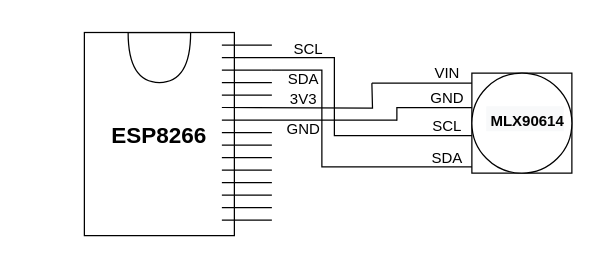
Before: page "Page-1" (1 of 3) of hardware-thesis.drawio in datdonguyen99/demoGit, a draw.io diagram. Source tidied: cells renumbered, new cells numbered last; positions are measured from the earlier drawing's top-left corner, leaving out a move shared by most shapes. Both pictures are drawn from the tidied source at 125%, with x=0, y=0 at pixel (84, 30).
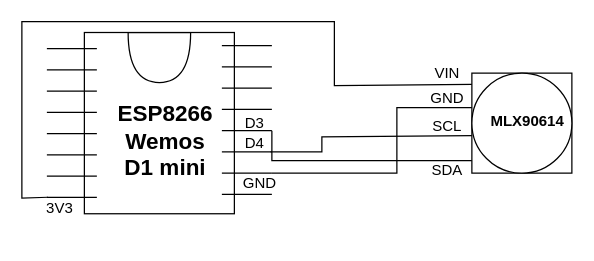
After the change.

The change refers to these unchanged cells:
```xml
<mxCell id="28" value="SCL" style="text;html=1;align=center;verticalAlign=middle;points=[];strokeColor=none;fillColor=none;fontSize=12;fontColor=#000000;" parent="1" vertex="1">
  <mxGeometry x="265" y="61.5" width="50" height="30" as="geometry" />
</mxCell>
```

The edit, as a diff of the source:
```diff
@@
     <mxCell id="2" style="rounded=0;whiteSpace=wrap;html=1;direction=south;" parent="1" vertex="1">
-      <mxGeometry y="1.5" width="120" height="162.5" as="geometry" />
+      <mxGeometry y="1.5" width="120" height="145" as="geometry" />
     </mxCell>
@@
-    <mxCell id="5" style="endArrow=none;html=1;rounded=0;" parent="1" edge="1">
-      <mxGeometry relative="1" as="geometry">
-        <mxPoint x="110" y="21.5" as="sourcePoint" />
-        <mxPoint x="200" y="21.5" as="targetPoint" />
-      </mxGeometry>
-    </mxCell>
     <mxCell id="6" style="endArrow=none;html=1;rounded=0;" parent="1" edge="1">
       <mxGeometry relative="1" as="geometry">
-        <mxPoint x="110" y="31.5" as="sourcePoint" />
-        <mxPoint x="150" y="31.5" as="targetPoint" />
+        <mxPoint x="110" y="29" as="sourcePoint" />
+        <mxPoint x="150" y="29" as="targetPoint" />
       </mxGeometry>
     </mxCell>
     <mxCell id="7" style="endArrow=none;html=1;rounded=0;" parent="1" edge="1">
       <mxGeometry relative="1" as="geometry">
-        <mxPoint x="110" y="41.5" as="sourcePoint" />
-        <mxPoint x="150" y="41.5" as="targetPoint" />
+        <mxPoint x="110" y="46" as="sourcePoint" />
+        <mxPoint x="150" y="46" as="targetPoint" />
       </mxGeometry>
     </mxCell>
     <mxCell id="8" style="endArrow=none;html=1;rounded=0;" parent="1" edge="1">
       <mxGeometry relative="1" as="geometry">
-        <mxPoint x="110" y="11.5" as="sourcePoint" />
-        <mxPoint x="150" y="11.5" as="targetPoint" />
+        <mxPoint x="110" y="12" as="sourcePoint" />
+        <mxPoint x="150" y="12" as="targetPoint" />
         <Array as="points">
           <mxPoint x="110" y="11.5" />
         </Array>
       </mxGeometry>
     </mxCell>
-    <mxCell id="9" style="endArrow=none;html=1;rounded=0;" parent="1" edge="1">
-      <mxGeometry relative="1" as="geometry">
-        <mxPoint x="110" y="121.5" as="sourcePoint" />
-        <mxPoint x="150" y="121.5" as="targetPoint" />
-      </mxGeometry>
-    </mxCell>
-    <mxCell id="10" style="endArrow=none;html=1;rounded=0;" parent="1" edge="1">
-      <mxGeometry relative="1" as="geometry">
-        <mxPoint x="110" y="111.5" as="sourcePoint" />
-        <mxPoint x="150" y="111.5" as="targetPoint" />
-      </mxGeometry>
-    </mxCell>
-    <mxCell id="11" style="endArrow=none;html=1;rounded=0;" parent="1" edge="1">
-      <mxGeometry relative="1" as="geometry">
-        <mxPoint x="110" y="101.5" as="sourcePoint" />
-        <mxPoint x="150" y="101.5" as="targetPoint" />
-      </mxGeometry>
-    </mxCell>
-    <mxCell id="12" style="endArrow=none;html=1;rounded=0;" parent="1" edge="1">
-      <mxGeometry relative="1" as="geometry">
-        <mxPoint x="110" y="91.5" as="sourcePoint" />
-        <mxPoint x="150" y="91.5" as="targetPoint" />
-        <Array as="points">
-          <mxPoint x="110" y="91.5" />
-        </Array>
-      </mxGeometry>
-    </mxCell>
-    <mxCell id="13" style="endArrow=none;html=1;rounded=0;edgeStyle=orthogonalEdgeStyle;" parent="1" edge="1">
-      <mxGeometry relative="1" as="geometry">
-        <mxPoint x="110" y="141.5" as="sourcePoint" />
-        <mxPoint x="150" y="141.5" as="targetPoint" />
-      </mxGeometry>
-    </mxCell>
-    <mxCell id="14" style="endArrow=none;html=1;rounded=0;" parent="1" edge="1">
-      <mxGeometry relative="1" as="geometry">
-        <mxPoint x="110" y="131.5" as="sourcePoint" />
-        <mxPoint x="150" y="131.5" as="targetPoint" />
-        <Array as="points">
-          <mxPoint x="110" y="131.5" />
-        </Array>
-      </mxGeometry>
-    </mxCell>
     <mxCell id="15" style="endArrow=none;html=1;rounded=0;" parent="1" edge="1">
       <mxGeometry relative="1" as="geometry">
-        <mxPoint x="110" y="51.5" as="sourcePoint" />
-        <mxPoint x="150" y="51.5" as="targetPoint" />
+        <mxPoint x="110" y="80" as="sourcePoint" />
+        <mxPoint x="150" y="80" as="targetPoint" />
       </mxGeometry>
     </mxCell>
-    <mxCell id="16" style="endArrow=none;html=1;rounded=0;edgeStyle=orthogonalEdgeStyle;" parent="1" edge="1">
-      <mxGeometry relative="1" as="geometry">
-        <mxPoint x="110" y="61.5" as="sourcePoint" />
-        <mxPoint x="230" y="42" as="targetPoint" />
-      </mxGeometry>
-    </mxCell>
-    <mxCell id="17" style="endArrow=none;html=1;rounded=0;edgeStyle=orthogonalEdgeStyle;" parent="1" edge="1">
-      <mxGeometry relative="1" as="geometry">
-        <mxPoint x="110" y="71.5" as="sourcePoint" />
-        <mxPoint x="250" y="71.5" as="targetPoint" />
-      </mxGeometry>
-    </mxCell>
-    <mxCell id="18" style="endArrow=none;html=1;rounded=0;" parent="1" edge="1">
-      <mxGeometry relative="1" as="geometry">
-        <mxPoint x="110" y="81.5" as="sourcePoint" />
-        <mxPoint x="150" y="81.5" as="targetPoint" />
-        <Array as="points">
-          <mxPoint x="110" y="81.5" />
-        </Array>
-      </mxGeometry>
-    </mxCell>
     <mxCell id="19" style="endArrow=none;html=1;rounded=0;" parent="1" edge="1">
       <mxGeometry relative="1" as="geometry">
-        <mxPoint x="230" y="42" as="sourcePoint" />
-        <mxPoint x="310" y="42" as="targetPoint" />
+        <mxPoint x="-29" y="133.3" as="sourcePoint" />
+        <mxPoint x="310" y="43" as="targetPoint" />
+        <Array as="points">
+          <mxPoint x="-50" y="134" />
+          <mxPoint x="-50" y="-7.2" />
+          <mxPoint x="200" y="-7.2" />
+          <mxPoint x="200" y="44" />
+        </Array>
       </mxGeometry>
     </mxCell>
     <mxCell id="20" style="endArrow=none;html=1;rounded=0;edgeStyle=orthogonalEdgeStyle;" parent="1" edge="1">
       <mxGeometry relative="1" as="geometry">
-        <mxPoint x="250" y="72" as="sourcePoint" />
+        <mxPoint x="150" y="114" as="sourcePoint" />
         <mxPoint x="310" y="61.5" as="targetPoint" />
         <Array as="points">
           <mxPoint x="250" y="61.5" />
         </Array>
       </mxGeometry>
     </mxCell>
-    <mxCell id="21" style="endArrow=none;html=1;rounded=0;edgeStyle=orthogonalEdgeStyle;" parent="1" edge="1">
-      <mxGeometry relative="1" as="geometry">
-        <mxPoint x="200" y="21" as="sourcePoint" />
-        <mxPoint x="310" y="84" as="targetPoint" />
-        <Array as="points">
-          <mxPoint x="210" y="84" />
-          <mxPoint x="210" y="84" />
-        </Array>
-      </mxGeometry>
-    </mxCell>
-    <mxCell id="22" style="endArrow=none;html=1;rounded=0;edgeStyle=orthogonalEdgeStyle;" parent="1" edge="1">
-      <mxGeometry relative="1" as="geometry">
-        <mxPoint x="150" y="31.5" as="sourcePoint" />
-        <mxPoint x="310" y="109" as="targetPoint" />
-        <Array as="points">
-          <mxPoint x="190" y="32" />
-          <mxPoint x="190" y="109" />
-        </Array>
-      </mxGeometry>
-    </mxCell>
@@
-    <mxCell id="24" value="&lt;font style=&quot;font-size: 18px;&quot;&gt;&lt;b&gt;ESP8266&lt;/b&gt;&lt;/font&gt;" style="text;html=1;strokeColor=none;fillColor=none;align=center;verticalAlign=middle;whiteSpace=wrap;rounded=0;" parent="1" vertex="1">
-      <mxGeometry x="30" y="69" width="60" height="30" as="geometry" />
+    <mxCell id="24" value="&lt;font style=&quot;font-size: 18px;&quot;&gt;&lt;b&gt;ESP8266 Wemos D1 mini&lt;/b&gt;&lt;/font&gt;" style="text;html=1;strokeColor=none;fillColor=none;align=center;verticalAlign=middle;whiteSpace=wrap;rounded=0;" parent="1" vertex="1">
+      <mxGeometry x="35" y="74" width="60" height="30" as="geometry" />
     </mxCell>
-    <mxCell id="25" value="&lt;b style=&quot;color: rgb(0, 0, 0); font-family: Helvetica; font-style: normal; font-variant-ligatures: normal; font-variant-caps: normal; letter-spacing: normal; orphans: 2; text-align: center; text-indent: 0px; text-transform: none; widows: 2; word-spacing: 0px; -webkit-text-stroke-width: 0px; background-color: rgb(248, 249, 250); text-decoration-thickness: initial; text-decoration-style: initial; text-decoration-color: initial;&quot;&gt;&lt;font style=&quot;font-size: 12px;&quot;&gt;&amp;nbsp;MLX90614&lt;/font&gt;&lt;/b&gt;" style="text;whiteSpace=wrap;html=1;fontSize=18;fontColor=#000000;" parent="1" vertex="1">
+    <mxCell id="25" value="&lt;b style=&quot;color: rgb(0, 0, 0); font-family: Helvetica; font-style: normal; font-variant-ligatures: normal; font-variant-caps: normal; letter-spacing: normal; orphans: 2; text-indent: 0px; text-transform: none; widows: 2; word-spacing: 0px; -webkit-text-stroke-width: 0px; text-decoration-thickness: initial; text-decoration-style: initial; text-decoration-color: initial;&quot;&gt;&lt;font style=&quot;font-size: 12px;&quot;&gt;&amp;nbsp;MLX90614&lt;/font&gt;&lt;/b&gt;" style="text;whiteSpace=wrap;html=1;fontSize=18;fontColor=#000000;direction=east;verticalAlign=top;align=left;labelBackgroundColor=default;" parent="1" vertex="1">
       <mxGeometry x="320" y="54" width="60" height="20" as="geometry" />
     </mxCell>
@@
     <mxCell id="29" value="SDA" style="text;html=1;align=center;verticalAlign=middle;strokeColor=none;fillColor=none;fontSize=12;fontColor=#000000;" parent="1" vertex="1">
-      <mxGeometry x="265" y="87" width="50" height="30" as="geometry" />
+      <mxGeometry x="265" y="97" width="50" height="30" as="geometry" />
     </mxCell>
     <mxCell id="30" style="endArrow=none;html=1;rounded=0;edgeStyle=orthogonalEdgeStyle;" parent="1" edge="1">
       <mxGeometry relative="1" as="geometry">
-        <mxPoint x="110" y="151.5" as="sourcePoint" />
-        <mxPoint x="150" y="151.5" as="targetPoint" />
+        <mxPoint x="110" y="131" as="sourcePoint" />
+        <mxPoint x="150" y="131" as="targetPoint" />
       </mxGeometry>
     </mxCell>
-    <mxCell id="31" value="SCL" style="text;html=1;align=center;verticalAlign=middle;strokeColor=none;fillColor=none;fontSize=12;fontColor=#000000;" parent="1" vertex="1">
-      <mxGeometry x="154" width="50" height="30" as="geometry" />
+    <mxCell id="31" value="D4" style="text;html=1;align=center;verticalAlign=middle;strokeColor=none;fillColor=none;fontSize=12;fontColor=#000000;" parent="1" vertex="1">
+      <mxGeometry x="116" y="75" width="40" height="30" as="geometry" />
     </mxCell>
-    <mxCell id="32" value="SDA" style="text;html=1;align=center;verticalAlign=middle;strokeColor=none;fillColor=none;fontSize=12;fontColor=#000000;" parent="1" vertex="1">
-      <mxGeometry x="150" y="24" width="50" height="30" as="geometry" />
+    <mxCell id="32" value="D3" style="text;html=1;align=center;verticalAlign=middle;strokeColor=none;fillColor=none;fontSize=12;fontColor=#000000;" parent="1" vertex="1">
+      <mxGeometry x="116" y="59" width="40" height="30" as="geometry" />
     </mxCell>
     <mxCell id="33" value="&lt;p style=&quot;line-height: 1.2;&quot;&gt;3V3&lt;/p&gt;" style="text;html=1;align=center;verticalAlign=middle;strokeColor=none;fillColor=none;fontSize=12;fontColor=#000000;rotation=0;" parent="1" vertex="1">
-      <mxGeometry x="155" y="30" width="40" height="50" as="geometry" />
+      <mxGeometry x="-40" y="117" width="40" height="50" as="geometry" />
     </mxCell>
     <mxCell id="34" value="&lt;p style=&quot;line-height: 1.2;&quot;&gt;GND&lt;/p&gt;" style="text;html=1;align=center;verticalAlign=middle;strokeColor=none;fillColor=none;fontSize=12;fontColor=#000000;rotation=0;" parent="1" vertex="1">
-      <mxGeometry x="150" y="54" width="50" height="50" as="geometry" />
+      <mxGeometry x="115" y="96.5" width="50" height="50" as="geometry" />
     </mxCell>
+    <mxCell id="35" style="endArrow=none;html=1;rounded=0;" parent="1" edge="1">
+      <mxGeometry relative="1" as="geometry">
+        <mxPoint x="110" y="63" as="sourcePoint" />
+        <mxPoint x="150" y="63" as="targetPoint" />
+      </mxGeometry>
+    </mxCell>
+    <mxCell id="36" style="endArrow=none;html=1;rounded=0;" parent="1" edge="1">
+      <mxGeometry relative="1" as="geometry">
+        <mxPoint x="110" y="97" as="sourcePoint" />
+        <mxPoint x="150" y="97" as="targetPoint" />
+      </mxGeometry>
+    </mxCell>
+    <mxCell id="37" style="endArrow=none;html=1;rounded=0;" parent="1" edge="1">
+      <mxGeometry relative="1" as="geometry">
+        <mxPoint x="110" y="114" as="sourcePoint" />
+        <mxPoint x="150" y="114" as="targetPoint" />
+      </mxGeometry>
+    </mxCell>
+    <mxCell id="38" style="edgeStyle=orthogonalEdgeStyle;rounded=0;orthogonalLoop=1;jettySize=auto;html=1;exitX=1;exitY=0.5;exitDx=0;exitDy=0;" parent="1" edge="1" source="2" target="2">
+      <mxGeometry relative="1" as="geometry" />
+    </mxCell>
+    <mxCell id="39" style="endArrow=none;html=1;rounded=0;" parent="1" edge="1">
+      <mxGeometry relative="1" as="geometry">
+        <mxPoint x="-30" y="31.3" as="sourcePoint" />
+        <mxPoint x="10" y="31.3" as="targetPoint" />
+      </mxGeometry>
+    </mxCell>
+    <mxCell id="40" style="endArrow=none;html=1;rounded=0;" parent="1" edge="1">
+      <mxGeometry relative="1" as="geometry">
+        <mxPoint x="-30" y="48.3" as="sourcePoint" />
+        <mxPoint x="10" y="48.3" as="targetPoint" />
+      </mxGeometry>
+    </mxCell>
+    <mxCell id="41" style="endArrow=none;html=1;rounded=0;" parent="1" edge="1">
+      <mxGeometry relative="1" as="geometry">
+        <mxPoint x="-30" y="14.3" as="sourcePoint" />
+        <mxPoint x="10" y="14.3" as="targetPoint" />
+        <Array as="points">
+          <mxPoint x="-30" y="13.8" />
+        </Array>
+      </mxGeometry>
+    </mxCell>
+    <mxCell id="42" style="endArrow=none;html=1;rounded=0;" parent="1" edge="1">
+      <mxGeometry relative="1" as="geometry">
+        <mxPoint x="-30" y="82.3" as="sourcePoint" />
+        <mxPoint x="10" y="82.3" as="targetPoint" />
+      </mxGeometry>
+    </mxCell>
+    <mxCell id="43" style="endArrow=none;html=1;rounded=0;edgeStyle=orthogonalEdgeStyle;" parent="1" edge="1">
+      <mxGeometry relative="1" as="geometry">
+        <mxPoint x="-30" y="133.3" as="sourcePoint" />
+        <mxPoint x="10" y="133.3" as="targetPoint" />
+      </mxGeometry>
+    </mxCell>
+    <mxCell id="44" style="endArrow=none;html=1;rounded=0;" parent="1" edge="1">
+      <mxGeometry relative="1" as="geometry">
+        <mxPoint x="-30" y="65.3" as="sourcePoint" />
+        <mxPoint x="10" y="65.3" as="targetPoint" />
+      </mxGeometry>
+    </mxCell>
+    <mxCell id="45" style="endArrow=none;html=1;rounded=0;" parent="1" edge="1">
+      <mxGeometry relative="1" as="geometry">
+        <mxPoint x="-30" y="99.3" as="sourcePoint" />
+        <mxPoint x="10" y="99.3" as="targetPoint" />
+      </mxGeometry>
+    </mxCell>
+    <mxCell id="46" style="endArrow=none;html=1;rounded=0;" parent="1" edge="1">
+      <mxGeometry relative="1" as="geometry">
+        <mxPoint x="-30" y="116.3" as="sourcePoint" />
+        <mxPoint x="10" y="116.3" as="targetPoint" />
+      </mxGeometry>
+    </mxCell>
+    <mxCell id="47" style="endArrow=none;html=1;rounded=0;entryX=0.9;entryY=0.75;entryDx=0;entryDy=0;entryPerimeter=0;" parent="1" edge="1" target="28">
+      <mxGeometry relative="1" as="geometry">
+        <mxPoint x="149" y="97" as="sourcePoint" />
+        <Array as="points">
+          <mxPoint x="190" y="97" />
+          <mxPoint x="190" y="85" />
+        </Array>
+      </mxGeometry>
+    </mxCell>
+    <mxCell id="48" style="endArrow=none;html=1;rounded=0;" parent="1" edge="1">
+      <mxGeometry relative="1" as="geometry">
+        <mxPoint x="150" y="80" as="sourcePoint" />
+        <mxPoint x="310" y="104" as="targetPoint" />
+        <Array as="points">
+          <mxPoint x="150" y="104" />
+          <mxPoint x="220" y="104" />
+        </Array>
+      </mxGeometry>
+    </mxCell>
```
